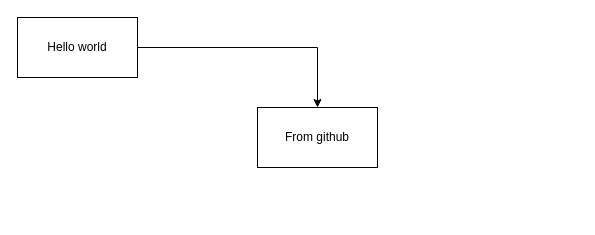
somospragma/alejandria-dev-storage keeps this draw.io diagram as page "Page-1" (1 of 2) of introduccion.drawio. Above is the earlier version. Source tidied: cells renumbered, new cells numbered last; positions are measured from the earlier drawing's top-left corner, leaving out a move shared by most shapes. Both pictures are drawn from the tidied source at 100%, with x=0, y=0 at pixel (17, 17).
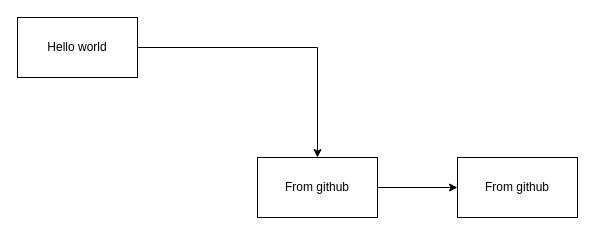
The same page after the edit.

Diff of the diagram source:
```diff
@@
 <mxGraphModel>
   <root>
     <mxCell id="0" />
     <mxCell id="1" parent="0" />
     <mxCell id="2" style="edgeStyle=orthogonalEdgeStyle;rounded=0;jettySize=auto;html=1;" parent="1" edge="1" source="3" target="4">
       <mxGeometry relative="1" as="geometry" />
     </mxCell>
     <mxCell id="3" value="Hello world" style="rounded=0;whiteSpace=wrap;html=1;" parent="1" vertex="1">
       <mxGeometry width="120" height="60" as="geometry" />
     </mxCell>
+    <mxCell id="5" style="edgeStyle=orthogonalEdgeStyle;rounded=0;jettySize=auto;html=1;" parent="1" edge="1" source="4" target="6">
+      <mxGeometry relative="1" as="geometry" />
+    </mxCell>
     <mxCell id="4" value="From github" style="rounded=0;whiteSpace=wrap;html=1;" parent="1" vertex="1">
-      <mxGeometry x="240" y="90" width="120" height="60" as="geometry" />
+      <mxGeometry x="240" y="140" width="120" height="60" as="geometry" />
     </mxCell>
+    <mxCell id="6" value="From github" style="rounded=0;whiteSpace=wrap;html=1;" parent="1" vertex="1">
+      <mxGeometry x="440" y="140" width="120" height="60" as="geometry" />
+    </mxCell>
   </root>
 </mxGraphModel>
```
